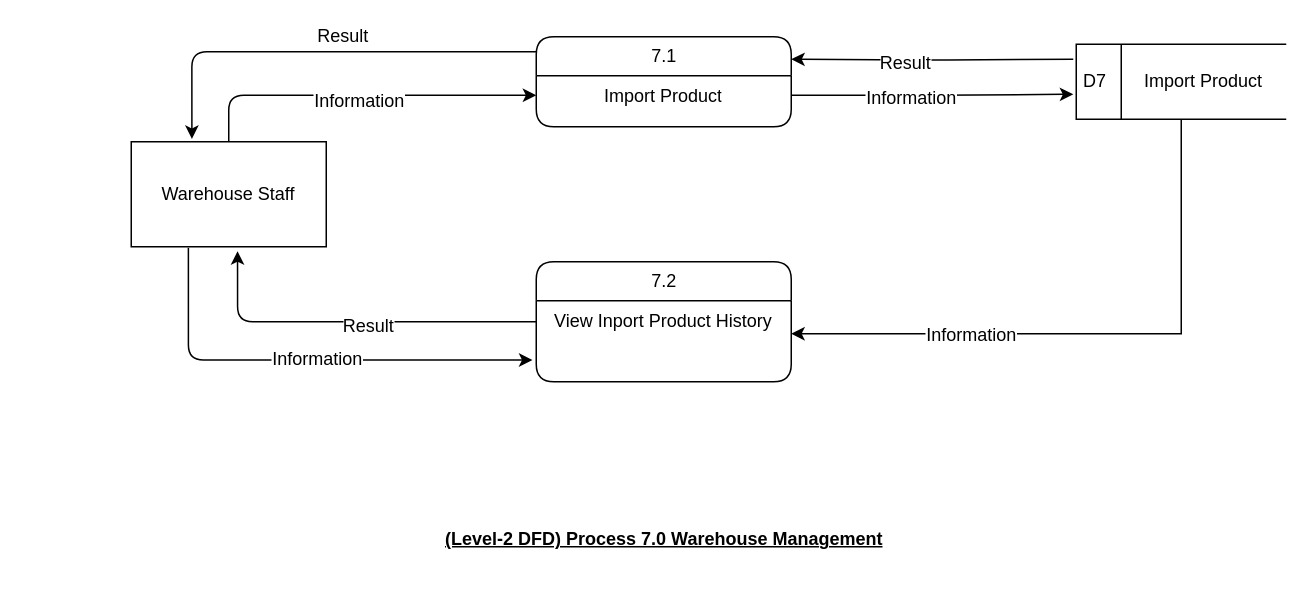
Before: assets/dfd/Admin/DFD-Level-7.0 - Warehouse Manager.drawio in vanluong94/aptech-market-management-system, a draw.io diagram. Source tidied: cells renumbered, new cells numbered last; positions are measured from the earlier drawing's top-left corner, leaving out a move shared by most shapes. Both pictures are drawn from the tidied source at 150%, with x=0, y=0 at pixel (130, 36).
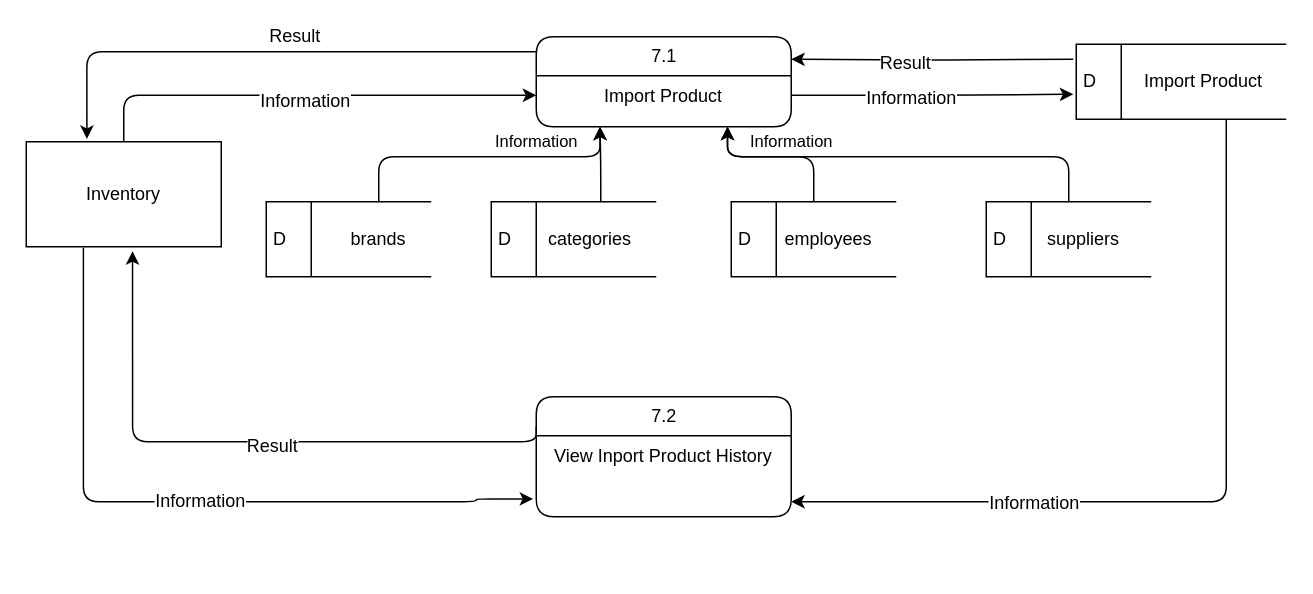
After the change.

What changed in the source:
```diff
@@
-    <mxCell id="2" value="Result" style="edgeStyle=orthogonalEdgeStyle;rounded=1;sketch=0;jettySize=auto;html=1;entryX=0.311;entryY=-0.027;entryDx=0;entryDy=0;entryPerimeter=0;labelBackgroundColor=none;fontFamily=Helvetica;fontColor=#000000;fontSize=12;" parent="1" edge="1" source="3" target="10">
+    <mxCell id="2" value="Result" style="edgeStyle=orthogonalEdgeStyle;rounded=1;sketch=0;jettySize=auto;html=1;entryX=0.311;entryY=-0.027;entryDx=0;entryDy=0;entryPerimeter=0;labelBackgroundColor=none;fontFamily=Helvetica;fontSize=12;" parent="1" edge="1" source="3" target="10">
       <mxGeometry x="-0.1" y="-10" relative="1" as="geometry">
         <Array as="points">
-          <mxPoint x="40" y="10" />
+          <mxPoint x="-30" y="10" />
+          <mxPoint x="-30" y="68" />
         </Array>
       </mxGeometry>
     </mxCell>
-    <mxCell id="3" value="7.1" style="swimlane;html=1;fontStyle=0;horizontal=1;startSize=26;swimlaneFillColor=#ffffff;align=center;rounded=1;shadow=0;comic=0;labelBackgroundColor=none;strokeWidth=1;fontFamily=Helvetica;fontSize=12;fontColor=#000000;" parent="1" vertex="1">
+    <mxCell id="3" value="7.1" style="swimlane;html=1;fontStyle=0;horizontal=1;startSize=26;swimlaneFillColor=#ffffff;align=center;rounded=1;shadow=0;comic=0;labelBackgroundColor=none;strokeWidth=1;fontFamily=Helvetica;fontSize=12;" parent="1" vertex="1">
       <mxGeometry x="270" width="170" height="60" as="geometry" />
     </mxCell>
-    <mxCell id="4" value="&lt;font style=&quot;font-size: 12px;&quot;&gt;&lt;span style=&quot;font-size: 12px;&quot;&gt;Import Product&lt;/span&gt;&lt;/font&gt;" style="text;html=1;strokeColor=none;fillColor=none;spacingLeft=4;spacingRight=4;whiteSpace=wrap;overflow=hidden;points=[[0,0.5],[1,0.5]];portConstraint=eastwest;fontColor=#000000;align=center;fontFamily=Helvetica;fontSize=12;" parent="3" vertex="1">
+    <mxCell id="4" value="&lt;font style=&quot;font-size: 12px;&quot;&gt;&lt;span style=&quot;font-size: 12px;&quot;&gt;Import Product&lt;/span&gt;&lt;/font&gt;" style="text;html=1;strokeColor=none;fillColor=none;spacingLeft=4;spacingRight=4;whiteSpace=wrap;overflow=hidden;points=[[0,0.5],[1,0.5]];portConstraint=eastwest;align=center;fontFamily=Helvetica;fontSize=12;fontColor=#000000;" parent="3" vertex="1">
       <mxGeometry y="26" width="170" height="26" as="geometry" />
     </mxCell>
-    <mxCell id="5" value="&lt;p class=&quot;MsoNormal&quot; style=&quot;font-size: 12px;&quot;&gt;&lt;font style=&quot;font-size: 12px;&quot;&gt;&lt;span style=&quot;font-size: 12px;&quot;&gt;&lt;b style=&quot;font-size: 12px;&quot;&gt;&lt;u style=&quot;font-size: 12px;&quot;&gt;(Level-2 DFD) Process 7.0 Warehouse Management&lt;/u&gt;&lt;/b&gt;&lt;/span&gt;&lt;/font&gt;&lt;br style=&quot;font-size: 12px;&quot;&gt;&lt;/p&gt;" style="text;html=1;align=center;verticalAlign=middle;strokeColor=none;fontFamily=Helvetica;fontColor=#000000;fontSize=12;" parent="1" vertex="1">
-      <mxGeometry x="200" y="315" width="310" height="40" as="geometry" />
-    </mxCell>
-    <mxCell id="6" style="edgeStyle=orthogonalEdgeStyle;rounded=1;jettySize=auto;html=1;entryX=-0.015;entryY=0.898;entryDx=0;entryDy=0;entryPerimeter=0;exitX=0.293;exitY=1.01;exitDx=0;exitDy=0;exitPerimeter=0;fontFamily=Helvetica;fontColor=#000000;fontSize=12;" parent="1" edge="1" source="10" target="14">
-      <mxGeometry relative="1" as="geometry" />
+    <mxCell id="6" style="edgeStyle=orthogonalEdgeStyle;rounded=1;jettySize=auto;html=1;exitX=0.293;exitY=1.01;exitDx=0;exitDy=0;exitPerimeter=0;fontFamily=Helvetica;fontSize=12;entryX=-0.012;entryY=0.957;entryDx=0;entryDy=0;entryPerimeter=0;" parent="1" edge="1" source="10" target="14">
+      <mxGeometry relative="1" as="geometry">
+        <Array as="points">
+          <mxPoint x="-32" y="310" />
+          <mxPoint x="230" y="310" />
+          <mxPoint x="230" y="308" />
+        </Array>
+      </mxGeometry>
     </mxCell>
-    <mxCell id="7" value="Information" style="edgeLabel;html=1;align=center;verticalAlign=middle;fontFamily=Helvetica;fontColor=#000000;fontSize=12;" parent="6" vertex="1">
+    <mxCell id="7" value="Information" style="edgeLabel;html=1;align=center;verticalAlign=middle;fontFamily=Helvetica;fontSize=12;" parent="6" vertex="1">
       <mxGeometry x="0.05" y="1" relative="1" as="geometry" />
     </mxCell>
-    <mxCell id="8" style="edgeStyle=orthogonalEdgeStyle;rounded=1;jettySize=auto;html=1;entryX=0;entryY=0.5;entryDx=0;entryDy=0;fontFamily=Helvetica;fontColor=#000000;fontSize=12;" parent="1" edge="1" source="10" target="4">
+    <mxCell id="8" style="edgeStyle=orthogonalEdgeStyle;rounded=1;jettySize=auto;html=1;entryX=0;entryY=0.5;entryDx=0;entryDy=0;fontFamily=Helvetica;fontSize=12;" parent="1" edge="1" source="10" target="4">
       <mxGeometry relative="1" as="geometry" />
     </mxCell>
-    <mxCell id="9" value="Information" style="edgeLabel;html=1;align=center;verticalAlign=middle;fontFamily=Helvetica;fontColor=#000000;fontSize=12;" parent="8" vertex="1">
+    <mxCell id="9" value="Information" style="edgeLabel;html=1;align=center;verticalAlign=middle;fontFamily=Helvetica;fontSize=12;" parent="8" vertex="1">
       <mxGeometry x="-0.01" y="-3" relative="1" as="geometry" />
     </mxCell>
-    <mxCell id="10" value="&lt;span style=&quot;font-size: 12px;&quot;&gt;Warehouse Staff&lt;/span&gt;" style="rounded=0;whiteSpace=wrap;html=1;fontFamily=Helvetica;fontColor=#000000;fontSize=12;" parent="1" vertex="1">
-      <mxGeometry y="70" width="130" height="70" as="geometry" />
+    <mxCell id="10" value="&lt;span style=&quot;font-size: 12px&quot;&gt;Inventory&lt;/span&gt;" style="rounded=0;whiteSpace=wrap;html=1;fontFamily=Helvetica;fontSize=12;" parent="1" vertex="1">
+      <mxGeometry x="-70" y="70" width="130" height="70" as="geometry" />
     </mxCell>
-    <mxCell id="11" style="edgeStyle=orthogonalEdgeStyle;rounded=1;jettySize=auto;html=1;entryX=0.545;entryY=1.043;entryDx=0;entryDy=0;entryPerimeter=0;fontFamily=Helvetica;fontColor=#000000;fontSize=12;" parent="1" edge="1" source="13" target="10">
+    <mxCell id="11" style="edgeStyle=orthogonalEdgeStyle;rounded=1;jettySize=auto;html=1;entryX=0.545;entryY=1.043;entryDx=0;entryDy=0;entryPerimeter=0;fontFamily=Helvetica;fontSize=12;exitX=0;exitY=0.25;exitDx=0;exitDy=0;" parent="1" edge="1" source="13" target="10">
       <mxGeometry relative="1" as="geometry">
         <Array as="points">
-          <mxPoint x="71" y="190" />
+          <mxPoint x="270" y="270" />
+          <mxPoint x="1" y="270" />
         </Array>
       </mxGeometry>
     </mxCell>
-    <mxCell id="12" value="Result" style="edgeLabel;html=1;align=center;verticalAlign=middle;fontFamily=Helvetica;fontColor=#000000;fontSize=12;" parent="11" vertex="1">
+    <mxCell id="12" value="Result" style="edgeLabel;html=1;align=center;verticalAlign=middle;fontFamily=Helvetica;fontSize=12;" parent="11" vertex="1">
       <mxGeometry x="-0.08" y="2" relative="1" as="geometry" />
     </mxCell>
-    <mxCell id="13" value="7.2" style="swimlane;html=1;fontStyle=0;horizontal=1;startSize=26;swimlaneFillColor=#ffffff;align=center;rounded=1;shadow=0;comic=0;labelBackgroundColor=none;strokeWidth=1;fontFamily=Helvetica;fontSize=12;fontColor=#000000;" parent="1" vertex="1">
-      <mxGeometry x="270" y="150" width="170" height="80" as="geometry" />
+    <mxCell id="13" value="7.2" style="swimlane;html=1;fontStyle=0;horizontal=1;startSize=26;swimlaneFillColor=#ffffff;align=center;rounded=1;shadow=0;comic=0;labelBackgroundColor=none;strokeWidth=1;fontFamily=Helvetica;fontSize=12;" parent="1" vertex="1">
+      <mxGeometry x="270" y="240" width="170" height="80" as="geometry" />
     </mxCell>
-    <mxCell id="14" value="&lt;font style=&quot;font-size: 12px;&quot;&gt;&lt;span style=&quot;font-size: 12px;&quot;&gt;View Inport Product History&lt;/span&gt;&lt;/font&gt;" style="text;html=1;strokeColor=none;fillColor=none;spacingLeft=4;spacingRight=4;whiteSpace=wrap;overflow=hidden;points=[[0,0.5],[1,0.5]];portConstraint=eastwest;fontColor=#000000;align=center;fontFamily=Helvetica;fontSize=12;" parent="13" vertex="1">
+    <mxCell id="14" value="&lt;font style=&quot;font-size: 12px;&quot;&gt;&lt;span style=&quot;font-size: 12px;&quot;&gt;View Inport Product History&lt;/span&gt;&lt;/font&gt;" style="text;html=1;strokeColor=none;fillColor=none;spacingLeft=4;spacingRight=4;whiteSpace=wrap;overflow=hidden;points=[[0,0.5],[1,0.5]];portConstraint=eastwest;align=center;fontFamily=Helvetica;fontSize=12;fontColor=#000000;" parent="13" vertex="1">
       <mxGeometry y="26" width="170" height="44" as="geometry" />
     </mxCell>
-    <mxCell id="15" style="edgeStyle=orthogonalEdgeStyle;rounded=1;jettySize=auto;html=1;entryX=1;entryY=0.25;entryDx=0;entryDy=0;fontFamily=Helvetica;fontColor=#000000;fontSize=12;" parent="1" edge="1" target="3">
+    <mxCell id="15" style="edgeStyle=orthogonalEdgeStyle;rounded=1;jettySize=auto;html=1;entryX=1;entryY=0.25;entryDx=0;entryDy=0;fontFamily=Helvetica;fontSize=12;" parent="1" edge="1" target="3">
       <mxGeometry relative="1" as="geometry">
         <mxPoint x="628" y="15" as="sourcePoint" />
       </mxGeometry>
     </mxCell>
-    <mxCell id="16" value="Result" style="edgeLabel;html=1;align=center;verticalAlign=middle;fontFamily=Helvetica;fontColor=#000000;fontSize=12;" parent="15" vertex="1">
+    <mxCell id="16" value="Result" style="edgeLabel;html=1;align=center;verticalAlign=middle;fontFamily=Helvetica;fontSize=12;" parent="15" vertex="1">
       <mxGeometry x="0.2" y="2" relative="1" as="geometry" />
     </mxCell>
-    <mxCell id="17" style="edgeStyle=orthogonalEdgeStyle;rounded=0;jettySize=auto;html=1;entryX=1;entryY=0.5;entryDx=0;entryDy=0;fontFamily=Helvetica;fontColor=#000000;fontSize=12;" parent="1" edge="1" source="19" target="14">
-      <mxGeometry relative="1" as="geometry" />
+    <mxCell id="17" style="edgeStyle=orthogonalEdgeStyle;rounded=1;jettySize=auto;html=1;fontFamily=Helvetica;fontSize=12;" parent="1" edge="1" source="19">
+      <mxGeometry relative="1" as="geometry">
+        <mxPoint x="440" y="310" as="targetPoint" />
+        <Array as="points">
+          <mxPoint x="730" y="310" />
+        </Array>
+      </mxGeometry>
     </mxCell>
-    <mxCell id="18" value="Information" style="edgeLabel;html=1;align=center;verticalAlign=middle;fontFamily=Helvetica;fontColor=#000000;fontSize=12;" parent="17" vertex="1">
+    <mxCell id="18" value="Information" style="edgeLabel;html=1;align=center;verticalAlign=middle;fontFamily=Helvetica;fontSize=12;" parent="17" vertex="1">
       <mxGeometry x="0.41" relative="1" as="geometry" />
     </mxCell>
-    <mxCell id="19" value="D7" style="html=1;dashed=0;whitespace=wrap;shape=mxgraph.dfd.dataStoreID;align=left;spacingLeft=3;points=[[0,0],[0.5,0],[1,0],[0,0.5],[1,0.5],[0,1],[0.5,1],[1,1]];fontFamily=Helvetica;fontColor=#000000;fontSize=12;" parent="1" vertex="1">
+    <mxCell id="19" value="D" style="html=1;dashed=0;whitespace=wrap;shape=mxgraph.dfd.dataStoreID;align=left;spacingLeft=3;points=[[0,0],[0.5,0],[1,0],[0,0.5],[1,0.5],[0,1],[0.5,1],[1,1]];fontFamily=Helvetica;fontSize=12;" parent="1" vertex="1">
       <mxGeometry x="630" y="5" width="140" height="50" as="geometry" />
     </mxCell>
-    <mxCell id="20" value="Import Product" style="text;html=1;strokeColor=none;fillColor=none;align=center;verticalAlign=middle;whiteSpace=wrap;rounded=0;fontFamily=Helvetica;fontColor=#000000;fontSize=12;" parent="1" vertex="1">
+    <mxCell id="20" value="Import Product" style="text;html=1;strokeColor=none;fillColor=none;align=center;verticalAlign=middle;whiteSpace=wrap;rounded=0;fontFamily=Helvetica;fontSize=12;" parent="1" vertex="1">
       <mxGeometry x="670" y="20" width="90" height="20" as="geometry" />
     </mxCell>
-    <mxCell id="21" style="edgeStyle=orthogonalEdgeStyle;rounded=0;jettySize=auto;html=1;entryX=-0.014;entryY=0.667;entryDx=0;entryDy=0;entryPerimeter=0;fontFamily=Helvetica;fontColor=#000000;fontSize=12;" parent="1" edge="1" source="4" target="19">
+    <mxCell id="21" style="edgeStyle=orthogonalEdgeStyle;rounded=0;jettySize=auto;html=1;entryX=-0.014;entryY=0.667;entryDx=0;entryDy=0;entryPerimeter=0;fontFamily=Helvetica;fontSize=12;" parent="1" edge="1" source="4" target="19">
       <mxGeometry relative="1" as="geometry" />
     </mxCell>
-    <mxCell id="22" value="Information" style="edgeLabel;html=1;align=center;verticalAlign=middle;fontFamily=Helvetica;fontColor=#000000;fontSize=12;" parent="21" vertex="1">
+    <mxCell id="22" value="Information" style="edgeLabel;html=1;align=center;verticalAlign=middle;fontFamily=Helvetica;fontSize=12;" parent="21" vertex="1">
       <mxGeometry x="-0.16" y="-1" relative="1" as="geometry" />
     </mxCell>
+    <mxCell id="23" value="D" style="html=1;dashed=0;whitespace=wrap;shape=mxgraph.dfd.dataStoreID;align=left;spacingLeft=3;fontFamily=Helvetica;fontSize=12;" parent="1" vertex="1">
+      <mxGeometry x="90" y="110" width="110" height="50" as="geometry" />
+    </mxCell>
+    <mxCell id="24" value="Information" style="edgeStyle=orthogonalEdgeStyle;curved=0;rounded=1;sketch=0;jettySize=auto;html=1;entryX=0.25;entryY=1;entryDx=0;entryDy=0;labelBackgroundColor=none;" parent="1" edge="1" target="3">
+      <mxGeometry x="0.37" y="10" relative="1" as="geometry">
+        <mxPoint x="165" y="110" as="sourcePoint" />
+        <Array as="points">
+          <mxPoint x="165" y="80" />
+          <mxPoint x="313" y="80" />
+        </Array>
+      </mxGeometry>
+    </mxCell>
+    <mxCell id="25" value="brands" style="text;html=1;strokeColor=none;fillColor=none;align=center;verticalAlign=middle;whiteSpace=wrap;rounded=0;fontFamily=Helvetica;fontSize=12;" parent="1" vertex="1">
+      <mxGeometry x="140" y="125" width="50" height="20" as="geometry" />
+    </mxCell>
+    <mxCell id="26" style="edgeStyle=orthogonalEdgeStyle;curved=0;rounded=1;sketch=0;jettySize=auto;html=1;entryX=0.25;entryY=1;entryDx=0;entryDy=0;" parent="1" edge="1" source="27" target="3">
+      <mxGeometry relative="1" as="geometry">
+        <Array as="points">
+          <mxPoint x="313" y="85" />
+          <mxPoint x="313" y="85" />
+        </Array>
+      </mxGeometry>
+    </mxCell>
+    <mxCell id="27" value="D" style="html=1;dashed=0;whitespace=wrap;shape=mxgraph.dfd.dataStoreID;align=left;spacingLeft=3;points=[[0,0],[0.5,0],[1,0],[0,0.5],[1,0.5],[0,1],[0.5,1],[1,1]];fontFamily=Helvetica;fontSize=12;" parent="1" vertex="1">
+      <mxGeometry x="240" y="110" width="110" height="50" as="geometry" />
+    </mxCell>
+    <mxCell id="28" style="edgeStyle=orthogonalEdgeStyle;curved=0;rounded=1;sketch=0;jettySize=auto;html=1;entryX=0.75;entryY=1;entryDx=0;entryDy=0;" parent="1" edge="1" source="29" target="3">
+      <mxGeometry relative="1" as="geometry">
+        <Array as="points">
+          <mxPoint x="455" y="80" />
+          <mxPoint x="398" y="80" />
+        </Array>
+      </mxGeometry>
+    </mxCell>
+    <mxCell id="29" value="D" style="html=1;dashed=0;whitespace=wrap;shape=mxgraph.dfd.dataStoreID;align=left;spacingLeft=3;points=[[0,0],[0.5,0],[1,0],[0,0.5],[1,0.5],[0,1],[0.5,1],[1,1]];fontFamily=Helvetica;fontSize=12;" parent="1" vertex="1">
+      <mxGeometry x="400" y="110" width="110" height="50" as="geometry" />
+    </mxCell>
+    <mxCell id="30" value="categories" style="text;html=1;strokeColor=none;fillColor=none;align=center;verticalAlign=middle;whiteSpace=wrap;rounded=0;fontFamily=Helvetica;fontSize=12;" parent="1" vertex="1">
+      <mxGeometry x="281" y="125" width="50" height="20" as="geometry" />
+    </mxCell>
+    <mxCell id="31" value="employees" style="text;html=1;strokeColor=none;fillColor=none;align=center;verticalAlign=middle;whiteSpace=wrap;rounded=0;fontFamily=Helvetica;fontSize=12;" parent="1" vertex="1">
+      <mxGeometry x="440" y="125" width="50" height="20" as="geometry" />
+    </mxCell>
+    <mxCell id="32" value="Information" style="edgeStyle=orthogonalEdgeStyle;curved=0;rounded=1;sketch=0;jettySize=auto;html=1;entryX=0.75;entryY=1;entryDx=0;entryDy=0;labelBackgroundColor=none;" parent="1" edge="1" source="33" target="3">
+      <mxGeometry x="0.55" y="-10" relative="1" as="geometry">
+        <Array as="points">
+          <mxPoint x="625" y="80" />
+          <mxPoint x="398" y="80" />
+        </Array>
+      </mxGeometry>
+    </mxCell>
+    <mxCell id="33" value="D" style="html=1;dashed=0;whitespace=wrap;shape=mxgraph.dfd.dataStoreID;align=left;spacingLeft=3;points=[[0,0],[0.5,0],[1,0],[0,0.5],[1,0.5],[0,1],[0.5,1],[1,1]];fontFamily=Helvetica;fontSize=12;" parent="1" vertex="1">
+      <mxGeometry x="570" y="110" width="110" height="50" as="geometry" />
+    </mxCell>
+    <mxCell id="34" value="suppliers" style="text;html=1;strokeColor=none;fillColor=none;align=center;verticalAlign=middle;whiteSpace=wrap;rounded=0;fontFamily=Helvetica;fontSize=12;" parent="1" vertex="1">
+      <mxGeometry x="610" y="125" width="50" height="20" as="geometry" />
+    </mxCell>
```
